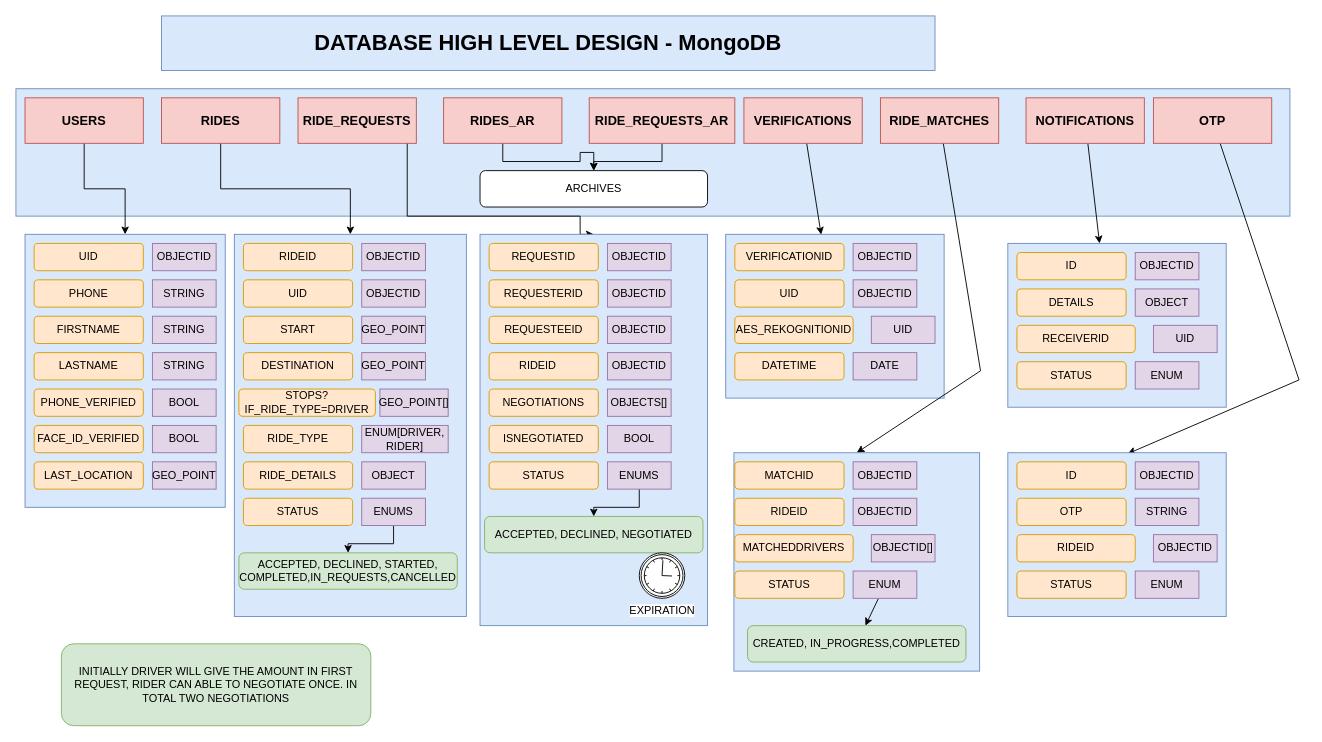
The draw.io diagram page "HIGH LEVELDATABASE DESIGN" (3 of 6) of smart_ride_app_system_design.drawio in vijay010498/ride-off-smart-ride-app-docs, before the edit. Source tidied: cells renumbered, new cells numbered last; positions are measured from the earlier drawing's top-left corner, leaving out a move shared by most shapes. Both pictures are drawn from the tidied source at 91%, with x=0, y=0 at pixel (15, 15).
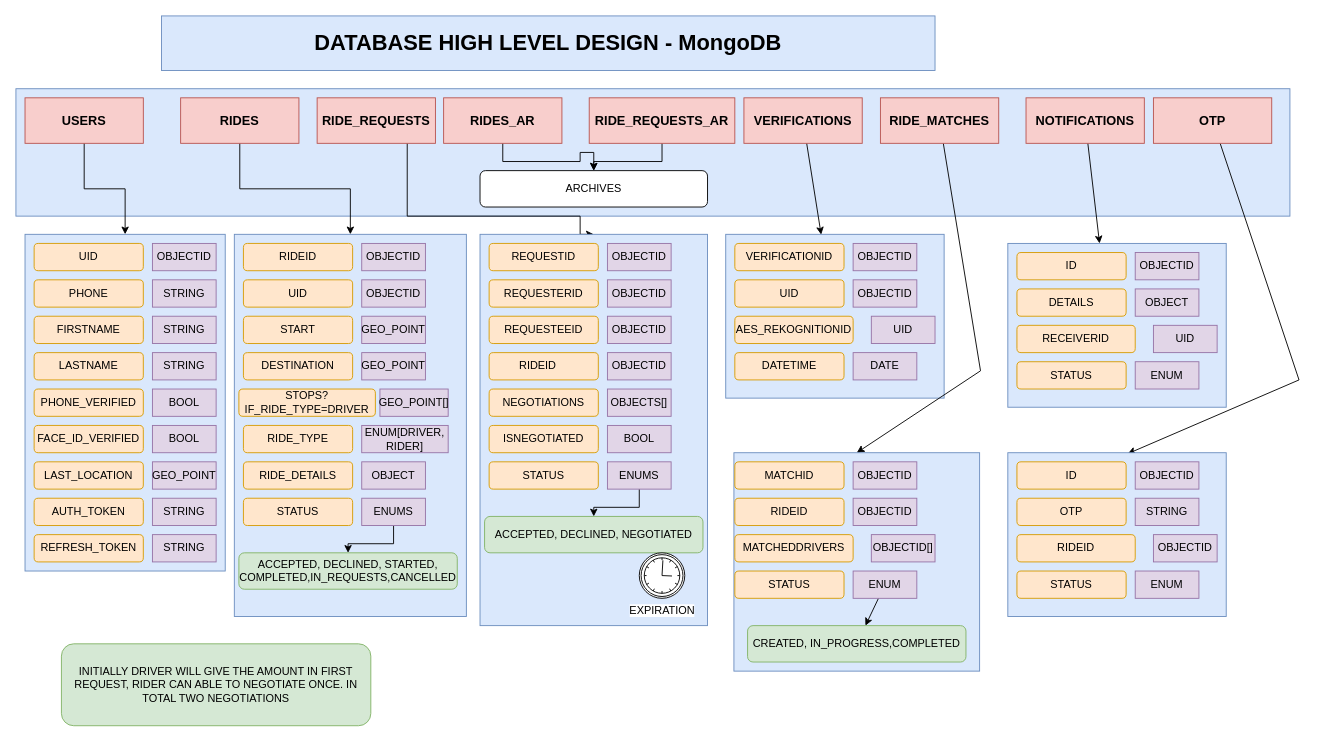
The same diagram, later.

Commit message (it also covers changes not shown here):
add:added auth service and verification service design

Diff of the diagram source:
```diff
@@
     <mxCell id="7" value="&lt;h3&gt;RIDES&lt;/h3&gt;" style="rounded=0;whiteSpace=wrap;html=1;fillColor=#f8cecc;strokeColor=#b85450;" parent="1" vertex="1">
-      <mxGeometry x="160" y="90" width="130" height="50" as="geometry" />
+      <mxGeometry x="181" y="90" width="130" height="50" as="geometry" />
     </mxCell>
@@
     <mxCell id="9" value="&lt;h3&gt;RIDE_REQUESTS&lt;/h3&gt;" style="rounded=0;whiteSpace=wrap;html=1;fillColor=#f8cecc;strokeColor=#b85450;" parent="1" vertex="1">
-      <mxGeometry x="310" y="90" width="130" height="50" as="geometry" />
+      <mxGeometry x="331" y="90" width="130" height="50" as="geometry" />
     </mxCell>
@@
     <mxCell id="14" style="rounded=0;whiteSpace=wrap;html=1;fillColor=#dae8fc;strokeColor=#6c8ebf;" parent="1" vertex="1">
-      <mxGeometry x="10" y="240" width="220" height="300" as="geometry" />
+      <mxGeometry x="10" y="240" width="220" height="370" as="geometry" />
     </mxCell>
@@
+    <mxCell id="121" value="AUTH_TOKEN" style="rounded=1;whiteSpace=wrap;html=1;fillColor=#ffe6cc;strokeColor=#d79b00;" parent="1" vertex="1">
+      <mxGeometry x="20" y="530" width="120" height="30" as="geometry" />
+    </mxCell>
+    <mxCell id="122" value="REFRESH_TOKEN" style="rounded=1;whiteSpace=wrap;html=1;fillColor=#ffe6cc;strokeColor=#d79b00;" parent="1" vertex="1">
+      <mxGeometry x="20" y="570" width="120" height="30" as="geometry" />
+    </mxCell>
+    <mxCell id="123" value="STRING" style="rounded=0;whiteSpace=wrap;html=1;fillColor=#e1d5e7;strokeColor=#9673a6;" parent="1" vertex="1">
+      <mxGeometry x="150" y="530" width="70" height="30" as="geometry" />
+    </mxCell>
+    <mxCell id="124" value="STRING" style="rounded=0;whiteSpace=wrap;html=1;fillColor=#e1d5e7;strokeColor=#9673a6;" parent="1" vertex="1">
+      <mxGeometry x="150" y="570" width="70" height="30" as="geometry" />
+    </mxCell>
```
